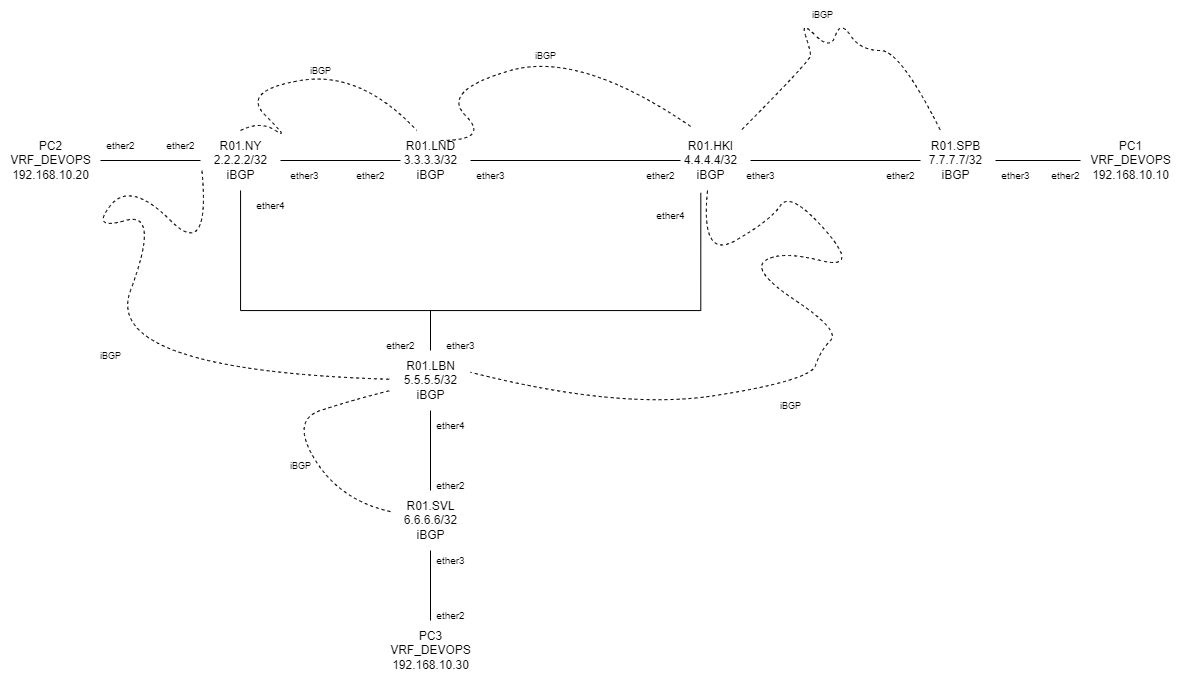
This is lab4/lab4_scheme.png from DimbikeY/2022_2023-introduction_in_routing-k33212_dolmatov_d_a, a draw.io export, as it was before one commit. Source tidied: cells renumbered, new cells last; positions are measured from the earlier drawing's top-left corner, leaving out a move shared by most shapes.
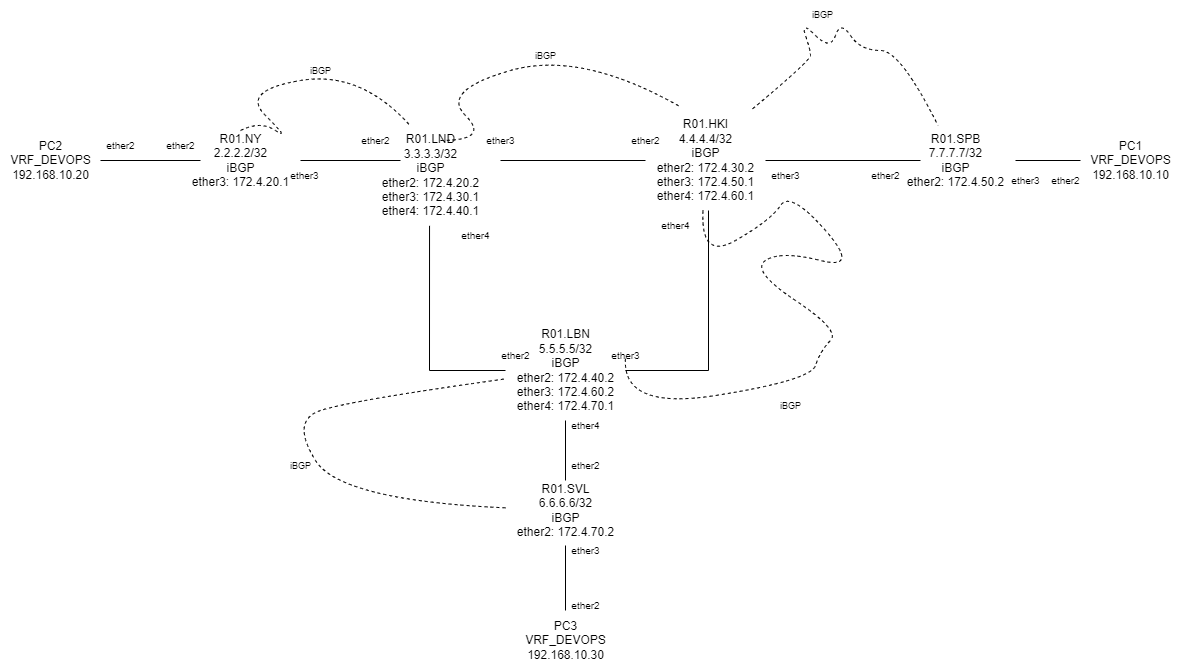
After the change.

Diff of the diagram source:
```diff
@@ -15,16 +15,8 @@
         <mxPoint x="400" y="160" as="targetPoint" />
       </mxGeometry>
     </mxCell>
-    <mxCell id="5" style="edgeStyle=orthogonalEdgeStyle;rounded=0;jettySize=auto;html=1;endArrow=none;endFill=0;entryX=0.379;entryY=1.039;entryDx=0;entryDy=0;entryPerimeter=0;" parent="1" edge="1" source="6" target="12">
-      <mxGeometry relative="1" as="geometry">
-        <Array as="points">
-          <mxPoint x="240" y="310" />
-          <mxPoint x="700" y="310" />
-        </Array>
-      </mxGeometry>
-    </mxCell>
-    <mxCell id="6" value="R01.NY&lt;br&gt;2.2.2.2/32&lt;br&gt;iBGP&lt;br&gt;" style="text;html=1;align=center;verticalAlign=middle;points=[];strokeColor=none;fillColor=none;" parent="1" vertex="1">
-      <mxGeometry x="200" y="130" width="80" height="60" as="geometry" />
+    <mxCell id="6" value="R01.NY&lt;br&gt;2.2.2.2/32&lt;br&gt;iBGP&lt;br&gt;ether3: 172.4.20.1" style="text;html=1;align=center;verticalAlign=middle;points=[];strokeColor=none;fillColor=none;" parent="1" vertex="1">
+      <mxGeometry x="180" y="125" width="120" height="70" as="geometry" />
     </mxCell>
     <mxCell id="7" value="&lt;font style=&quot;font-size: 10px;&quot;&gt;ether2&lt;/font&gt;" style="text;html=1;align=center;verticalAlign=middle;strokeColor=none;fillColor=none;" parent="1" vertex="1">
       <mxGeometry x="155" y="130" width="50" height="30" as="geometry" />
@@ -32,21 +24,21 @@
     <mxCell id="8" value="&lt;font style=&quot;font-size: 10px;&quot;&gt;ether2&lt;/font&gt;" style="text;html=1;align=center;verticalAlign=middle;strokeColor=none;fillColor=none;" parent="1" vertex="1">
       <mxGeometry x="95" y="130" width="50" height="30" as="geometry" />
     </mxCell>
-    <mxCell id="9" style="edgeStyle=orthogonalEdgeStyle;rounded=0;jettySize=auto;html=1;endArrow=none;endFill=0;" parent="1" edge="1" source="10">
-      <mxGeometry relative="1" as="geometry">
-        <mxPoint x="680" y="160" as="targetPoint" />
-      </mxGeometry>
-    </mxCell>
-    <mxCell id="10" value="R01.LND&lt;br&gt;3.3.3.3/32&lt;br&gt;iBGP" style="text;html=1;align=center;verticalAlign=middle;points=[];strokeColor=none;fillColor=none;" parent="1" vertex="1">
-      <mxGeometry x="390" y="130" width="80" height="60" as="geometry" />
+    <mxCell id="10" value="R01.LND&lt;br&gt;3.3.3.3/32&lt;br&gt;iBGP&lt;br&gt;ether2: 172.4.20.2&lt;br&gt;ether3: 172.4.30.1&lt;br&gt;ether4: 172.4.40.1" style="text;html=1;align=center;verticalAlign=middle;points=[];strokeColor=none;fillColor=none;" parent="1" vertex="1">
+      <mxGeometry x="370" y="125" width="120" height="100" as="geometry" />
     </mxCell>
     <mxCell id="11" style="edgeStyle=orthogonalEdgeStyle;rounded=0;jettySize=auto;html=1;fontSize=9;endArrow=none;endFill=0;" parent="1" edge="1" source="12">
       <mxGeometry relative="1" as="geometry">
         <mxPoint x="920" y="160" as="targetPoint" />
       </mxGeometry>
     </mxCell>
+    <mxCell id="50" style="edgeStyle=orthogonalEdgeStyle;rounded=0;jettySize=auto;html=1;endArrow=none;endFill=0;" parent="1" edge="1" source="12">
+      <mxGeometry relative="1" as="geometry">
+        <mxPoint x="500" y="160" as="targetPoint" />
+      </mxGeometry>
+    </mxCell>
-    <mxCell id="12" value="R01.HKI&lt;br&gt;4.4.4.4/32&lt;br&gt;iBGP" style="text;html=1;align=center;verticalAlign=middle;points=[];strokeColor=none;fillColor=none;" parent="1" vertex="1">
-      <mxGeometry x="670" y="130" width="80" height="60" as="geometry" />
+    <mxCell id="12" value="R01.HKI&lt;br&gt;4.4.4.4/32&lt;br&gt;iBGP&lt;br&gt;ether2: 172.4.30.2&lt;br&gt;ether3: 172.4.50.1&lt;br&gt;ether4: 172.4.60.1" style="text;html=1;align=center;verticalAlign=middle;points=[];strokeColor=none;fillColor=none;" parent="1" vertex="1">
+      <mxGeometry x="645" y="110" width="120" height="100" as="geometry" />
     </mxCell>
     <mxCell id="13" style="curved=1;endArrow=none;html=1;rounded=0;entryX=0.275;entryY=-0.047;entryDx=0;entryDy=0;entryPerimeter=0;endFill=0;dashed=1;" parent="1" edge="1" target="12">
       <mxGeometry relative="1" as="geometry">
@@ -69,39 +61,26 @@
         </Array>
       </mxGeometry>
     </mxCell>
-    <mxCell id="15" style="edgeStyle=orthogonalEdgeStyle;rounded=0;jettySize=auto;html=1;endArrow=none;endFill=0;" parent="1" edge="1" source="17">
-      <mxGeometry relative="1" as="geometry">
-        <mxPoint x="430" y="310" as="targetPoint" />
-      </mxGeometry>
-    </mxCell>
     <mxCell id="16" style="edgeStyle=orthogonalEdgeStyle;rounded=0;jettySize=auto;html=1;fontSize=9;endArrow=none;endFill=0;" parent="1" edge="1" source="17">
       <mxGeometry relative="1" as="geometry">
-        <mxPoint x="430" y="490" as="targetPoint" />
+        <mxPoint x="565" y="480" as="targetPoint" />
       </mxGeometry>
     </mxCell>
+    <mxCell id="51" style="edgeStyle=orthogonalEdgeStyle;rounded=0;jettySize=auto;html=1;endArrow=none;endFill=0;entryX=0.492;entryY=1.003;entryDx=0;entryDy=0;entryPerimeter=0;" parent="1" edge="1" source="17" target="10">
+      <mxGeometry relative="1" as="geometry" />
+    </mxCell>
+    <mxCell id="52" style="edgeStyle=orthogonalEdgeStyle;rounded=0;jettySize=auto;html=1;endArrow=none;endFill=0;entryX=0.525;entryY=1;entryDx=0;entryDy=0;entryPerimeter=0;" parent="1" edge="1" source="17" target="12">
+      <mxGeometry relative="1" as="geometry" />
+    </mxCell>
-    <mxCell id="17" value="R01.LBN&lt;br&gt;5.5.5.5/32&lt;br&gt;iBGP" style="text;html=1;align=center;verticalAlign=middle;points=[];strokeColor=none;fillColor=none;" parent="1" vertex="1">
-      <mxGeometry x="390" y="350" width="80" height="60" as="geometry" />
+    <mxCell id="17" value="R01.LBN&lt;br&gt;5.5.5.5/32&lt;br&gt;iBGP&lt;br&gt;ether2: 172.4.40.2&lt;br&gt;ether3: 172.4.60.2&lt;br&gt;ether4: 172.4.70.1" style="text;html=1;align=center;verticalAlign=middle;points=[];strokeColor=none;fillColor=none;" parent="1" vertex="1">
+      <mxGeometry x="505" y="320" width="120" height="100" as="geometry" />
     </mxCell>
-    <mxCell id="18" style="curved=1;endArrow=none;html=1;rounded=0;exitX=0.018;exitY=0.671;exitDx=0;exitDy=0;exitPerimeter=0;endFill=0;dashed=1;" parent="1" edge="1" source="6" target="17">
-      <mxGeometry relative="1" as="geometry">
-        <Array as="points">
-          <mxPoint x="210" y="260" />
-          <mxPoint x="130" y="180" />
-          <mxPoint x="90" y="230" />
-          <mxPoint x="160" y="210" />
-          <mxPoint x="100" y="370" />
-        </Array>
-      </mxGeometry>
-    </mxCell>
     <mxCell id="19" value="&lt;font style=&quot;font-size: 9px;&quot;&gt;iBGP&lt;/font&gt;" style="text;html=1;align=center;verticalAlign=middle;strokeColor=none;fillColor=none;" parent="1" vertex="1">
       <mxGeometry x="300" y="55" width="40" height="30" as="geometry" />
     </mxCell>
     <mxCell id="20" value="&lt;font style=&quot;font-size: 9px;&quot;&gt;iBGP&lt;/font&gt;" style="text;html=1;align=center;verticalAlign=middle;strokeColor=none;fillColor=none;" parent="1" vertex="1">
       <mxGeometry x="525" y="40" width="40" height="30" as="geometry" />
     </mxCell>
-    <mxCell id="21" value="&lt;font style=&quot;font-size: 9px;&quot;&gt;iBGP&lt;/font&gt;" style="text;html=1;align=center;verticalAlign=middle;strokeColor=none;fillColor=none;" parent="1" vertex="1">
-      <mxGeometry x="90" y="340" width="40" height="30" as="geometry" />
-    </mxCell>
     <mxCell id="22" style="curved=1;endArrow=none;html=1;rounded=0;dashed=1;fontSize=9;entryX=1.001;entryY=0.363;entryDx=0;entryDy=0;entryPerimeter=0;endFill=0;" parent="1" edge="1" source="12" target="17">
       <mxGeometry relative="1" as="geometry">
         <Array as="points">
@@ -126,11 +105,11 @@
     </mxCell>
     <mxCell id="25" style="edgeStyle=orthogonalEdgeStyle;rounded=0;jettySize=auto;html=1;fontSize=12;endArrow=none;endFill=0;" parent="1" edge="1" source="26">
       <mxGeometry relative="1" as="geometry">
-        <mxPoint x="430" y="620" as="targetPoint" />
+        <mxPoint x="565" y="610" as="targetPoint" />
       </mxGeometry>
     </mxCell>
-    <mxCell id="26" value="&lt;font style=&quot;font-size: 12px;&quot;&gt;R01.SVL&lt;br&gt;6.6.6.6/32&lt;br&gt;iBGP&lt;/font&gt;" style="text;html=1;align=center;verticalAlign=middle;points=[];strokeColor=none;fillColor=none;fontSize=9;" parent="1" vertex="1">
-      <mxGeometry x="390" y="490" width="80" height="60" as="geometry" />
+    <mxCell id="26" value="&lt;font style=&quot;font-size: 12px;&quot;&gt;R01.SVL&lt;br&gt;6.6.6.6/32&lt;br&gt;iBGP&lt;br&gt;ether2: 172.4.70.2&lt;br&gt;&lt;/font&gt;" style="text;html=1;align=center;verticalAlign=middle;points=[];strokeColor=none;fillColor=none;fontSize=9;" parent="1" vertex="1">
+      <mxGeometry x="505" y="475" width="120" height="70" as="geometry" />
     </mxCell>
     <mxCell id="27" style="curved=1;endArrow=none;html=1;rounded=0;fontSize=12;endFill=0;dashed=1;" parent="1" edge="1" source="26" target="17">
       <mxGeometry relative="1" as="geometry">
@@ -145,55 +124,55 @@
       <mxGeometry x="280" y="450" width="40" height="30" as="geometry" />
     </mxCell>
     <mxCell id="29" value="PC3&lt;br&gt;VRF_DEVOPS&lt;br&gt;192.168.10.30" style="text;html=1;align=center;verticalAlign=middle;strokeColor=none;fillColor=none;fontSize=12;" parent="1" vertex="1">
-      <mxGeometry x="380" y="620" width="100" height="60" as="geometry" />
+      <mxGeometry x="515" y="610" width="100" height="60" as="geometry" />
     </mxCell>
     <mxCell id="30" value="&lt;font style=&quot;font-size: 10px;&quot;&gt;ether3&lt;/font&gt;" style="text;html=1;align=center;verticalAlign=middle;strokeColor=none;fillColor=none;fontSize=12;" parent="1" vertex="1">
       <mxGeometry x="279" y="160" width="50" height="30" as="geometry" />
     </mxCell>
     <mxCell id="31" value="&lt;font style=&quot;font-size: 10px;&quot;&gt;ether2&lt;/font&gt;" style="text;html=1;align=center;verticalAlign=middle;strokeColor=none;fillColor=none;fontSize=12;" parent="1" vertex="1">
-      <mxGeometry x="345" y="160" width="50" height="30" as="geometry" />
+      <mxGeometry x="350" y="125" width="50" height="30" as="geometry" />
     </mxCell>
     <mxCell id="32" value="&lt;font style=&quot;font-size: 10px;&quot;&gt;ether3&lt;/font&gt;" style="text;html=1;align=center;verticalAlign=middle;strokeColor=none;fillColor=none;fontSize=12;" parent="1" vertex="1">
-      <mxGeometry x="465" y="160" width="50" height="30" as="geometry" />
+      <mxGeometry x="475" y="125" width="50" height="30" as="geometry" />
     </mxCell>
     <mxCell id="33" value="&lt;font style=&quot;font-size: 10px;&quot;&gt;ether4&lt;/font&gt;" style="text;html=1;align=center;verticalAlign=middle;strokeColor=none;fillColor=none;fontSize=12;" parent="1" vertex="1">
-      <mxGeometry x="245" y="190" width="50" height="30" as="geometry" />
+      <mxGeometry x="450" y="220" width="50" height="30" as="geometry" />
     </mxCell>
     <mxCell id="34" value="&lt;font style=&quot;font-size: 10px;&quot;&gt;ether2&lt;/font&gt;" style="text;html=1;align=center;verticalAlign=middle;strokeColor=none;fillColor=none;fontSize=12;" parent="1" vertex="1">
-      <mxGeometry x="635" y="160" width="50" height="30" as="geometry" />
+      <mxGeometry x="620" y="125" width="50" height="30" as="geometry" />
     </mxCell>
     <mxCell id="35" value="&lt;font style=&quot;font-size: 10px;&quot;&gt;ether3&lt;/font&gt;" style="text;html=1;align=center;verticalAlign=middle;strokeColor=none;fillColor=none;fontSize=12;" parent="1" vertex="1">
-      <mxGeometry x="735" y="160" width="50" height="30" as="geometry" />
+      <mxGeometry x="760" y="160" width="50" height="30" as="geometry" />
     </mxCell>
     <mxCell id="36" value="&lt;font style=&quot;font-size: 10px;&quot;&gt;ether4&lt;/font&gt;" style="text;html=1;align=center;verticalAlign=middle;strokeColor=none;fillColor=none;fontSize=12;" parent="1" vertex="1">
-      <mxGeometry x="645" y="200" width="50" height="30" as="geometry" />
+      <mxGeometry x="650" y="210" width="50" height="30" as="geometry" />
     </mxCell>
     <mxCell id="37" value="&lt;font style=&quot;font-size: 10px;&quot;&gt;ether2&lt;/font&gt;" style="text;html=1;align=center;verticalAlign=middle;strokeColor=none;fillColor=none;fontSize=12;" parent="1" vertex="1">
-      <mxGeometry x="375" y="330" width="50" height="30" as="geometry" />
+      <mxGeometry x="490" y="340" width="50" height="30" as="geometry" />
     </mxCell>
     <mxCell id="38" value="&lt;font style=&quot;font-size: 10px;&quot;&gt;ether3&lt;/font&gt;" style="text;html=1;align=center;verticalAlign=middle;strokeColor=none;fillColor=none;fontSize=12;" parent="1" vertex="1">
-      <mxGeometry x="435" y="330" width="50" height="30" as="geometry" />
+      <mxGeometry x="600" y="340" width="50" height="30" as="geometry" />
     </mxCell>
     <mxCell id="39" value="&lt;font style=&quot;font-size: 10px;&quot;&gt;ether4&lt;/font&gt;" style="text;html=1;align=center;verticalAlign=middle;strokeColor=none;fillColor=none;fontSize=12;" parent="1" vertex="1">
-      <mxGeometry x="425" y="410" width="50" height="30" as="geometry" />
+      <mxGeometry x="560" y="410" width="50" height="30" as="geometry" />
     </mxCell>
     <mxCell id="40" value="&lt;font style=&quot;font-size: 10px;&quot;&gt;ether2&lt;/font&gt;" style="text;html=1;align=center;verticalAlign=middle;strokeColor=none;fillColor=none;fontSize=12;" parent="1" vertex="1">
-      <mxGeometry x="425" y="470" width="50" height="30" as="geometry" />
+      <mxGeometry x="560" y="450" width="50" height="30" as="geometry" />
     </mxCell>
     <mxCell id="41" value="&lt;font style=&quot;font-size: 10px;&quot;&gt;ether3&lt;/font&gt;" style="text;html=1;align=center;verticalAlign=middle;strokeColor=none;fillColor=none;fontSize=12;" parent="1" vertex="1">
-      <mxGeometry x="425" y="545" width="50" height="30" as="geometry" />
+      <mxGeometry x="560" y="535" width="50" height="30" as="geometry" />
     </mxCell>
     <mxCell id="42" value="&lt;font style=&quot;font-size: 10px;&quot;&gt;ether2&lt;/font&gt;" style="text;html=1;align=center;verticalAlign=middle;strokeColor=none;fillColor=none;fontSize=12;" parent="1" vertex="1">
-      <mxGeometry x="425" y="600" width="50" height="30" as="geometry" />
+      <mxGeometry x="560" y="590" width="50" height="30" as="geometry" />
     </mxCell>
     <mxCell id="43" value="&lt;font style=&quot;font-size: 10px;&quot;&gt;ether2&lt;/font&gt;" style="text;html=1;align=center;verticalAlign=middle;strokeColor=none;fillColor=none;fontSize=12;" parent="1" vertex="1">
-      <mxGeometry x="875" y="160" width="50" height="30" as="geometry" />
+      <mxGeometry x="860" y="160" width="50" height="30" as="geometry" />
     </mxCell>
     <mxCell id="44" style="edgeStyle=orthogonalEdgeStyle;rounded=0;jettySize=auto;html=1;fontSize=12;endArrow=none;endFill=0;" parent="1" edge="1" source="45" target="24">
       <mxGeometry relative="1" as="geometry" />
     </mxCell>
-    <mxCell id="45" value="R01.SPB&lt;br style=&quot;font-size: 12px;&quot;&gt;7.7.7.7/32&lt;br style=&quot;font-size: 12px;&quot;&gt;iBGP" style="text;html=1;align=center;verticalAlign=middle;points=[];strokeColor=none;fillColor=none;fontSize=12;" parent="1" vertex="1">
-      <mxGeometry x="915" y="130" width="80" height="60" as="geometry" />
+    <mxCell id="45" value="R01.SPB&lt;br style=&quot;font-size: 12px;&quot;&gt;7.7.7.7/32&lt;br style=&quot;font-size: 12px;&quot;&gt;iBGP&lt;br&gt;ether2: 172.4.50.2" style="text;html=1;align=center;verticalAlign=middle;points=[];strokeColor=none;fillColor=none;fontSize=12;" parent="1" vertex="1">
+      <mxGeometry x="895" y="125" width="120" height="70" as="geometry" />
     </mxCell>
     <mxCell id="46" style="curved=1;endArrow=none;html=1;rounded=0;fontSize=12;exitX=0.892;exitY=-0.016;exitDx=0;exitDy=0;exitPerimeter=0;endFill=0;dashed=1;" parent="1" edge="1" source="12" target="45">
       <mxGeometry relative="1" as="geometry">
@@ -212,10 +191,10 @@
       <mxGeometry x="810" width="50" height="40" as="geometry" />
     </mxCell>
     <mxCell id="48" value="&lt;font style=&quot;font-size: 10px;&quot;&gt;ether3&lt;/font&gt;" style="text;html=1;align=center;verticalAlign=middle;strokeColor=none;fillColor=none;fontSize=12;" parent="1" vertex="1">
-      <mxGeometry x="990" y="160" width="50" height="30" as="geometry" />
+      <mxGeometry x="1000" y="165" width="50" height="30" as="geometry" />
     </mxCell>
     <mxCell id="49" value="&lt;font style=&quot;font-size: 10px;&quot;&gt;ether2&lt;/font&gt;" style="text;html=1;align=center;verticalAlign=middle;strokeColor=none;fillColor=none;fontSize=12;" parent="1" vertex="1">
-      <mxGeometry x="1040" y="160" width="50" height="30" as="geometry" />
+      <mxGeometry x="1040" y="165" width="50" height="30" as="geometry" />
     </mxCell>
   </root>
 </mxGraphModel>
```
